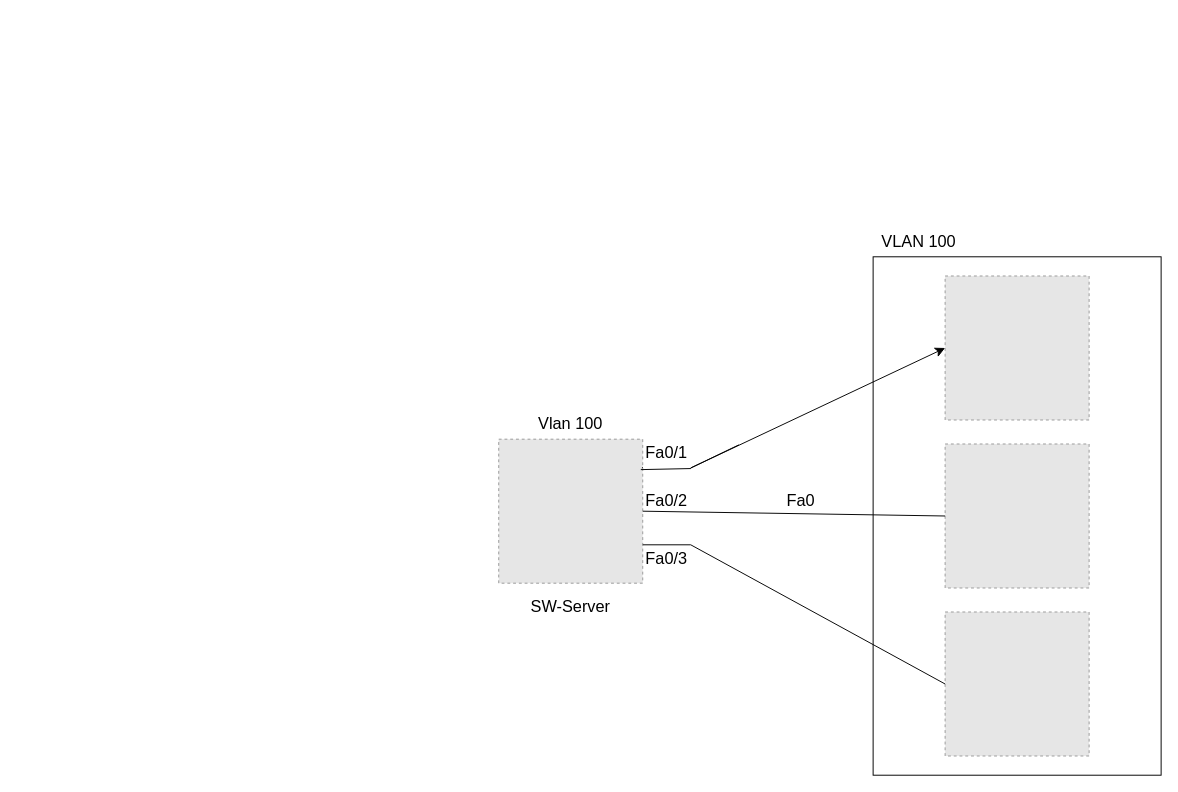
Bhaacke/2-solution keeps this draw.io diagram as Untitled Diagram.drawio. Above is the earlier version. Source tidied: cells renumbered, new cells numbered last; positions are measured from the earlier drawing's top-left corner, leaving out a move shared by most shapes. Both pictures are drawn from the tidied source at 96%, with x=0, y=0 at pixel (498, 228). Pictures stored in the file or linked from it are replaced by grey dashed boxes.
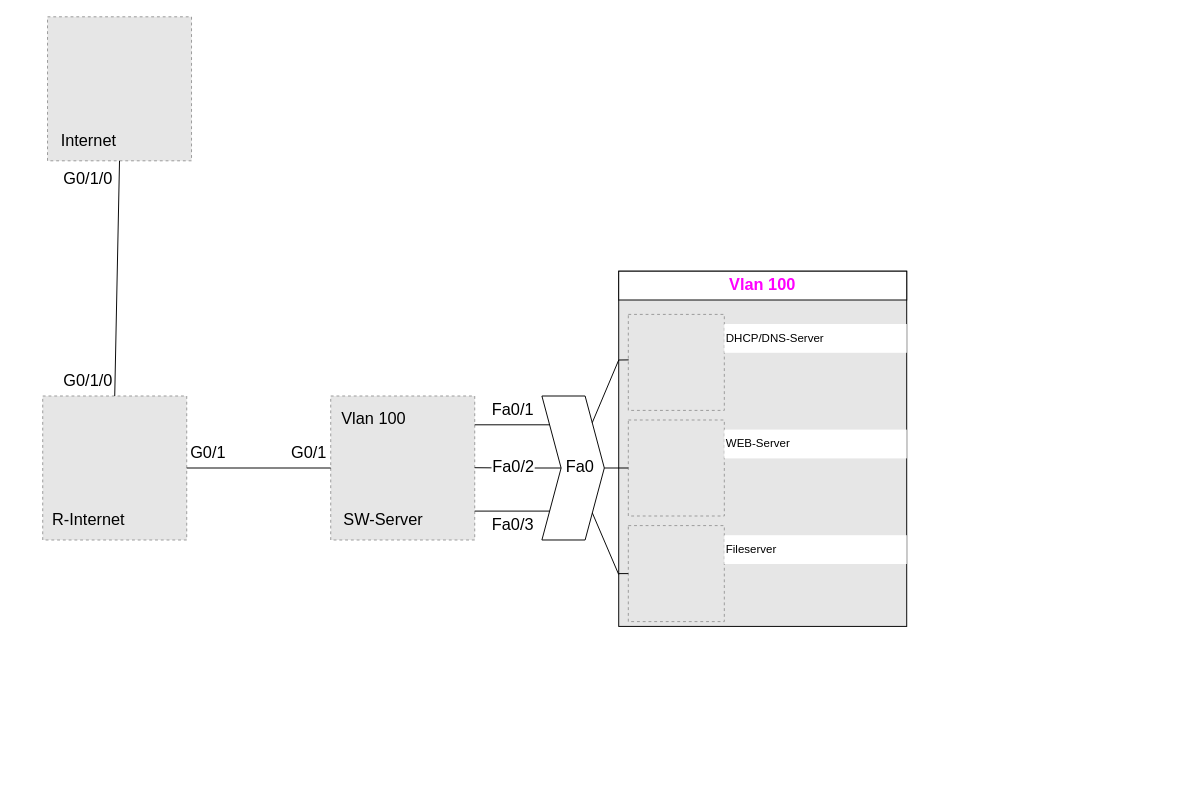
Above is the later version.

What changed in the source:
```diff
@@
-    <mxCell id="2" style="rounded=0;whiteSpace=wrap;html=1;" parent="1" vertex="1">
-      <mxGeometry x="390" y="30" width="300" height="540" as="geometry" />
+    <mxCell id="2" style="rounded=0;whiteSpace=wrap;html=1;fillColor=#E6E6E6;" parent="1" vertex="1">
+      <mxGeometry x="125" y="45" width="300" height="370" as="geometry" />
     </mxCell>
     <mxCell id="3" style="fillColor=#E6E6E6;strokeColor=#999999;dashed=1;verticalLabelPosition=bottom;labelBackgroundColor=default;verticalAlign=top;" parent="1" vertex="1">
-      <mxGeometry y="220" width="150" height="150" as="geometry" />
+      <mxGeometry x="-175" y="175" width="150" height="150" as="geometry" />
     </mxCell>
     <mxCell id="4" value="&lt;font style=&quot;font-size: 17px;&quot;&gt;SW-Server&lt;/font&gt;" style="text;html=1;strokeColor=none;fillColor=none;align=center;verticalAlign=middle;whiteSpace=wrap;rounded=0;" parent="1" vertex="1">
-      <mxGeometry y="380" width="150" height="30" as="geometry" />
+      <mxGeometry x="-195" y="290" width="150" height="30" as="geometry" />
     </mxCell>
     <mxCell id="5" style="fillColor=#E6E6E6;strokeColor=#999999;dashed=1;verticalLabelPosition=bottom;labelBackgroundColor=default;verticalAlign=top;" parent="1" vertex="1">
-      <mxGeometry x="465" y="50" width="150" height="150" as="geometry" />
+      <mxGeometry x="135" y="90" width="100" height="100" as="geometry" />
     </mxCell>
-    <mxCell id="6" style="fillColor=#E6E6E6;strokeColor=#999999;dashed=1;verticalLabelPosition=bottom;labelBackgroundColor=default;verticalAlign=top;" parent="1" vertex="1">
-      <mxGeometry x="465" y="225" width="150" height="150" as="geometry" />
-    </mxCell>
-    <mxCell id="7" style="fillColor=#E6E6E6;strokeColor=#999999;dashed=1;verticalLabelPosition=bottom;labelBackgroundColor=default;verticalAlign=top;" parent="1" vertex="1">
-      <mxGeometry x="465" y="400" width="150" height="150" as="geometry" />
-    </mxCell>
-    <mxCell id="8" value="&lt;font style=&quot;font-size: 17px;&quot;&gt;VLAN 100&lt;/font&gt;" style="text;html=1;strokeColor=none;fillColor=none;align=left;verticalAlign=middle;whiteSpace=wrap;rounded=0;" parent="1" vertex="1">
-      <mxGeometry x="397" width="150" height="30" as="geometry" />
-    </mxCell>
-    <mxCell id="9" style="endArrow=classic;html=1;rounded=0;entryX=0;entryY=0.5;entryDx=0;entryDy=0;endSize=8;startSize=8;" parent="1" edge="1" target="5">
-      <mxGeometry relative="1" as="geometry">
-        <mxPoint x="200" y="250" as="sourcePoint" />
-      </mxGeometry>
-    </mxCell>
-    <mxCell id="10" style="endArrow=none;html=1;rounded=0;exitX=1;exitY=0.5;exitDx=0;exitDy=0;entryX=0;entryY=0.5;entryDx=0;entryDy=0;" parent="1" edge="1" source="3" target="6">
-      <mxGeometry relative="1" as="geometry" />
-    </mxCell>
-    <mxCell id="11" style="endArrow=none;html=1;rounded=0;entryX=0;entryY=0.5;entryDx=0;entryDy=0;" parent="1" edge="1" target="7">
-      <mxGeometry relative="1" as="geometry">
-        <mxPoint x="200" y="330" as="sourcePoint" />
-      </mxGeometry>
-    </mxCell>
     <mxCell id="12" value="&lt;font style=&quot;font-size: 17px;&quot;&gt;Vlan 100&lt;/font&gt;" style="text;html=1;strokeColor=none;fillColor=none;align=center;verticalAlign=middle;whiteSpace=wrap;rounded=0;" parent="1" vertex="1">
-      <mxGeometry y="190" width="150" height="30" as="geometry" />
+      <mxGeometry x="-205" y="185" width="150" height="30" as="geometry" />
     </mxCell>
-    <mxCell id="13" style="endArrow=none;html=1;rounded=0;exitX=1.001;exitY=0.196;exitDx=0;exitDy=0;exitPerimeter=0;" parent="1" edge="1" source="15">
-      <mxGeometry relative="1" as="geometry">
-        <mxPoint x="200" y="250" as="targetPoint" />
-      </mxGeometry>
-    </mxCell>
-    <mxCell id="14" style="endArrow=none;html=1;rounded=0;exitX=1.001;exitY=0.196;exitDx=0;exitDy=0;exitPerimeter=0;" parent="1" edge="1" source="3" target="15">
-      <mxGeometry relative="1" as="geometry" />
-    </mxCell>
     <mxCell id="15" value="&lt;font style=&quot;font-size: 17px;&quot;&gt;Fa0/1&lt;/font&gt;" style="text;html=1;strokeColor=none;fillColor=none;align=center;verticalAlign=middle;whiteSpace=wrap;rounded=0;" parent="1" vertex="1">
-      <mxGeometry x="100" y="220" width="150" height="30" as="geometry" />
+      <mxGeometry x="-25" y="175" width="80" height="30" as="geometry" />
     </mxCell>
+    <mxCell id="17" value="&lt;font style=&quot;font-size: 17px;&quot;&gt;Fa0/3&lt;/font&gt;" style="text;html=1;strokeColor=none;fillColor=none;align=center;verticalAlign=middle;whiteSpace=wrap;rounded=0;" parent="1" vertex="1">
+      <mxGeometry x="-25" y="295" width="80" height="30" as="geometry" />
+    </mxCell>
-    <mxCell id="16" value="&lt;font style=&quot;font-size: 17px;&quot;&gt;Fa0/2&lt;br&gt;&lt;/font&gt;" style="text;html=1;strokeColor=none;fillColor=none;align=center;verticalAlign=middle;whiteSpace=wrap;rounded=0;" parent="1" vertex="1">
-      <mxGeometry x="100" y="270" width="150" height="30" as="geometry" />
+    <mxCell id="16" value="&lt;font style=&quot;font-size: 17px;&quot;&gt;Fa0/2&lt;br&gt;&lt;/font&gt;" style="text;html=1;align=center;verticalAlign=middle;whiteSpace=wrap;rounded=0;" parent="1" vertex="1">
+      <mxGeometry x="-7.5" y="235" width="45" height="30" as="geometry" />
     </mxCell>
-    <mxCell id="17" value="&lt;font style=&quot;font-size: 17px;&quot;&gt;Fa0/3&lt;/font&gt;" style="text;html=1;strokeColor=none;fillColor=none;align=center;verticalAlign=middle;whiteSpace=wrap;rounded=0;" parent="1" vertex="1">
-      <mxGeometry x="100" y="330" width="150" height="30" as="geometry" />
-    </mxCell>
-    <mxCell id="18" style="endArrow=none;html=1;rounded=0;" parent="1" edge="1">
-      <mxGeometry relative="1" as="geometry">
-        <mxPoint x="150" y="330" as="sourcePoint" />
-        <mxPoint x="200" y="330" as="targetPoint" />
-      </mxGeometry>
-    </mxCell>
-    <mxCell id="19" style="endArrow=none;html=1;rounded=0;entryX=0.668;entryY=1.019;entryDx=0;entryDy=0;entryPerimeter=0;exitX=0.32;exitY=1.056;exitDx=0;exitDy=0;exitPerimeter=0;" parent="1" edge="1" source="15" target="15">
-      <mxGeometry relative="1" as="geometry" />
-    </mxCell>
+    <mxCell id="21" style="endArrow=none;html=1;rounded=0;" parent="1" edge="1">
+      <mxGeometry relative="1" as="geometry">
+        <mxPoint x="-25" y="205" as="sourcePoint" />
+        <mxPoint x="55" y="205" as="targetPoint" />
+      </mxGeometry>
+    </mxCell>
+    <mxCell id="22" style="endArrow=none;html=1;rounded=0;" parent="1" edge="1" target="16">
+      <mxGeometry relative="1" as="geometry">
+        <mxPoint x="-25" y="249.7" as="sourcePoint" />
+      </mxGeometry>
+    </mxCell>
+    <mxCell id="23" style="endArrow=none;html=1;rounded=0;" parent="1" edge="1">
+      <mxGeometry relative="1" as="geometry">
+        <mxPoint x="-25" y="294.9" as="sourcePoint" />
+        <mxPoint x="55" y="294.9" as="targetPoint" />
+      </mxGeometry>
+    </mxCell>
+    <mxCell id="24" style="shape=step;perimeter=stepPerimeter;whiteSpace=wrap;html=1;fixedSize=1;strokeColor=default;fillColor=default;fillStyle=auto;gradientColor=none;gradientDirection=radial;" parent="1" vertex="1">
+      <mxGeometry x="45" y="175" width="65" height="150" as="geometry" />
+    </mxCell>
+    <mxCell id="25" style="endArrow=none;html=1;rounded=0;entryX=1;entryY=0.5;entryDx=0;entryDy=0;exitX=0;exitY=0.5;exitDx=0;exitDy=0;" parent="1" edge="1" source="24" target="16">
+      <mxGeometry relative="1" as="geometry" />
+    </mxCell>
     <mxCell id="20" value="&lt;font style=&quot;font-size: 17px;&quot;&gt;Fa0&lt;br&gt;&lt;/font&gt;" style="text;html=1;strokeColor=none;fillColor=none;align=center;verticalAlign=middle;whiteSpace=wrap;rounded=0;" parent="1" vertex="1">
-      <mxGeometry x="240" y="270" width="150" height="30" as="geometry" />
+      <mxGeometry x="65" y="235" width="40" height="30" as="geometry" />
     </mxCell>
+    <mxCell id="26" style="fillColor=#E6E6E6;strokeColor=#999999;dashed=1;verticalLabelPosition=bottom;labelBackgroundColor=default;verticalAlign=top;" parent="1" vertex="1">
+      <mxGeometry x="135" y="200" width="100" height="100" as="geometry" />
+    </mxCell>
+    <mxCell id="27" style="fillColor=#E6E6E6;strokeColor=#999999;dashed=1;verticalLabelPosition=bottom;labelBackgroundColor=default;verticalAlign=top;" parent="1" vertex="1">
+      <mxGeometry x="135" y="310" width="100" height="100" as="geometry" />
+    </mxCell>
+    <mxCell id="28" style="endArrow=none;html=1;rounded=0;exitX=0;exitY=0.25;exitDx=0;exitDy=0;" parent="1" edge="1" source="2" target="24">
+      <mxGeometry relative="1" as="geometry" />
+    </mxCell>
+    <mxCell id="29" style="endArrow=none;html=1;rounded=0;exitX=1;exitY=0.5;exitDx=0;exitDy=0;entryX=0;entryY=0.5;entryDx=0;entryDy=0;" parent="1" edge="1" source="24" target="26">
+      <mxGeometry relative="1" as="geometry" />
+    </mxCell>
+    <mxCell id="30" value="&lt;font color=&quot;#ff00ff&quot; style=&quot;font-size: 17px;&quot;&gt;&lt;b&gt;Vlan 100&lt;/b&gt;&lt;/font&gt;" style="text;html=1;strokeColor=default;fillColor=default;align=center;verticalAlign=middle;whiteSpace=wrap;rounded=0;spacingLeft=0;" parent="1" vertex="1">
+      <mxGeometry x="125" y="45" width="300" height="30" as="geometry" />
+    </mxCell>
+    <mxCell id="31" style="endArrow=none;html=1;rounded=0;exitX=0;exitY=0.25;exitDx=0;exitDy=0;entryX=0.004;entryY=0.474;entryDx=0;entryDy=0;entryPerimeter=0;" parent="1" edge="1" source="2" target="5">
+      <mxGeometry relative="1" as="geometry" />
+    </mxCell>
+    <mxCell id="32" style="endArrow=none;html=1;rounded=0;entryX=0;entryY=0.854;entryDx=0;entryDy=0;entryPerimeter=0;" parent="1" edge="1" source="24" target="2">
+      <mxGeometry relative="1" as="geometry" />
+    </mxCell>
+    <mxCell id="33" style="endArrow=none;html=1;rounded=0;entryX=0;entryY=0.5;entryDx=0;entryDy=0;" parent="1" edge="1" target="27">
+      <mxGeometry relative="1" as="geometry">
+        <mxPoint x="125" y="360" as="sourcePoint" />
+      </mxGeometry>
+    </mxCell>
+    <mxCell id="34" value="DHCP/DNS-Server" style="text;html=1;align=left;verticalAlign=middle;whiteSpace=wrap;rounded=0;fontSize=12;fillColor=default;" parent="1" vertex="1">
+      <mxGeometry x="235" y="100" width="190" height="30" as="geometry" />
+    </mxCell>
+    <mxCell id="35" value="WEB-Server" style="text;html=1;align=left;verticalAlign=middle;whiteSpace=wrap;rounded=0;fontSize=12;fillColor=default;" parent="1" vertex="1">
+      <mxGeometry x="235" y="210" width="190" height="30" as="geometry" />
+    </mxCell>
+    <mxCell id="36" value="Fileserver" style="text;html=1;align=left;verticalAlign=middle;whiteSpace=wrap;rounded=0;fontSize=12;fillColor=default;" parent="1" vertex="1">
+      <mxGeometry x="235" y="320" width="190" height="30" as="geometry" />
+    </mxCell>
+    <mxCell id="37" style="fillColor=#E6E6E6;strokeColor=#999999;dashed=1;verticalLabelPosition=bottom;labelBackgroundColor=default;verticalAlign=top;" parent="1" vertex="1">
+      <mxGeometry x="-475" y="175" width="150" height="150" as="geometry" />
+    </mxCell>
+    <mxCell id="38" style="endArrow=none;html=1;rounded=0;exitX=1;exitY=0.5;exitDx=0;exitDy=0;entryX=0;entryY=0.5;entryDx=0;entryDy=0;" parent="1" edge="1" source="37" target="3">
+      <mxGeometry relative="1" as="geometry" />
+    </mxCell>
+    <mxCell id="39" value="&lt;font style=&quot;font-size: 17px;&quot;&gt;G0/1&lt;/font&gt;" style="text;html=1;strokeColor=none;fillColor=none;align=center;verticalAlign=middle;whiteSpace=wrap;rounded=0;" parent="1" vertex="1">
+      <mxGeometry x="-220" y="220" width="45" height="30" as="geometry" />
+    </mxCell>
+    <mxCell id="40" value="&lt;font style=&quot;font-size: 17px;&quot;&gt;G0/1&lt;/font&gt;" style="text;html=1;strokeColor=none;fillColor=none;align=center;verticalAlign=middle;whiteSpace=wrap;rounded=0;" parent="1" vertex="1">
+      <mxGeometry x="-325" y="220" width="45" height="30" as="geometry" />
+    </mxCell>
+    <mxCell id="41" value="&lt;font style=&quot;font-size: 17px;&quot;&gt;G0/1/0&lt;/font&gt;" style="text;html=1;strokeColor=none;fillColor=none;align=center;verticalAlign=middle;whiteSpace=wrap;rounded=0;" parent="1" vertex="1">
+      <mxGeometry x="-450" y="145" width="45" height="30" as="geometry" />
+    </mxCell>
+    <mxCell id="42" style="fillColor=#E6E6E6;strokeColor=#999999;dashed=1;verticalLabelPosition=bottom;labelBackgroundColor=default;verticalAlign=top;" parent="1" vertex="1">
+      <mxGeometry x="-470" y="-220" width="150" height="150" as="geometry" />
+    </mxCell>
+    <mxCell id="43" style="endArrow=none;html=1;rounded=0;entryX=0.5;entryY=1;entryDx=0;entryDy=0;exitX=0.5;exitY=0;exitDx=0;exitDy=0;" parent="1" edge="1" source="37" target="42">
+      <mxGeometry relative="1" as="geometry" />
+    </mxCell>
+    <mxCell id="44" value="&lt;font style=&quot;font-size: 17px;&quot;&gt;G0/1/0&lt;/font&gt;" style="text;html=1;strokeColor=none;fillColor=none;align=center;verticalAlign=middle;whiteSpace=wrap;rounded=0;" parent="1" vertex="1">
+      <mxGeometry x="-450" y="-65" width="45" height="30" as="geometry" />
+    </mxCell>
+    <mxCell id="45" value="&lt;font style=&quot;font-size: 17px;&quot;&gt;R-Internet&lt;/font&gt;" style="text;html=1;strokeColor=none;fillColor=none;align=center;verticalAlign=middle;whiteSpace=wrap;rounded=0;" parent="1" vertex="1">
+      <mxGeometry x="-502.5" y="290" width="150" height="30" as="geometry" />
+    </mxCell>
+    <mxCell id="46" value="&lt;font style=&quot;font-size: 17px;&quot;&gt;Internet&lt;/font&gt;" style="text;html=1;strokeColor=none;fillColor=none;align=center;verticalAlign=middle;whiteSpace=wrap;rounded=0;" parent="1" vertex="1">
+      <mxGeometry x="-502.5" y="-105" width="150" height="30" as="geometry" />
+    </mxCell>
```
